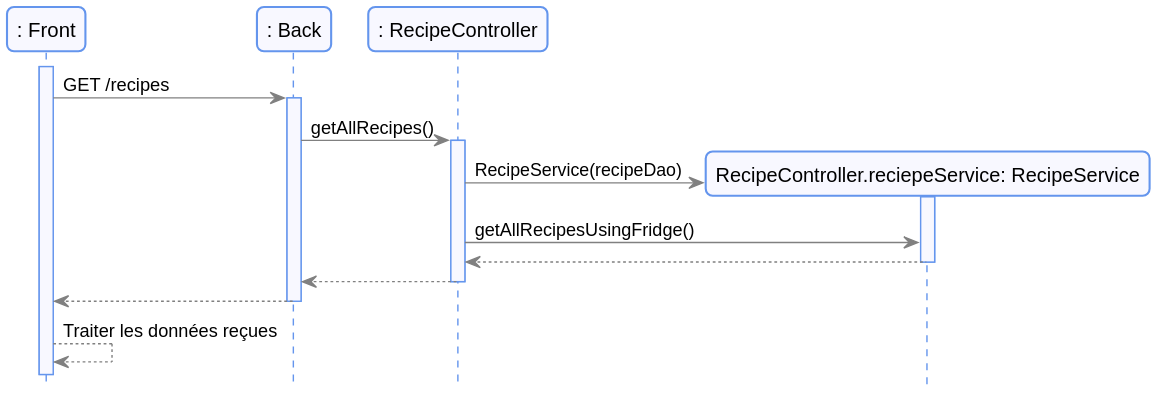
The PlantUML diagram docs/diagram/out/recipesFridge.svg in romainvacheret/wadge-backend, before a commit. Source of this version:
```plantuml
@startuml recipesFridge
    !include ../style/commons.style

    participant ": Front" as ft
    participant ": Back" as bk
    participant ": RecipeController" as rc

    activate ft
    ft -> bk : GET /recipes
    activate bk
    bk -> rc : getAllRecipes()
    activate rc
    create "RecipeController.reciepeService: RecipeService" as rs
    rc -> rs : RecipeService(recipeDao)
    activate rs
    rc -> rs : getAllRecipesUsingFridge()
    rs --> rc
    deactivate rs
    rc --> bk
    deactivate rc
    bk --> ft
    deactivate bk
    ft <-- ft: Traiter les données reçues

@enduml
```
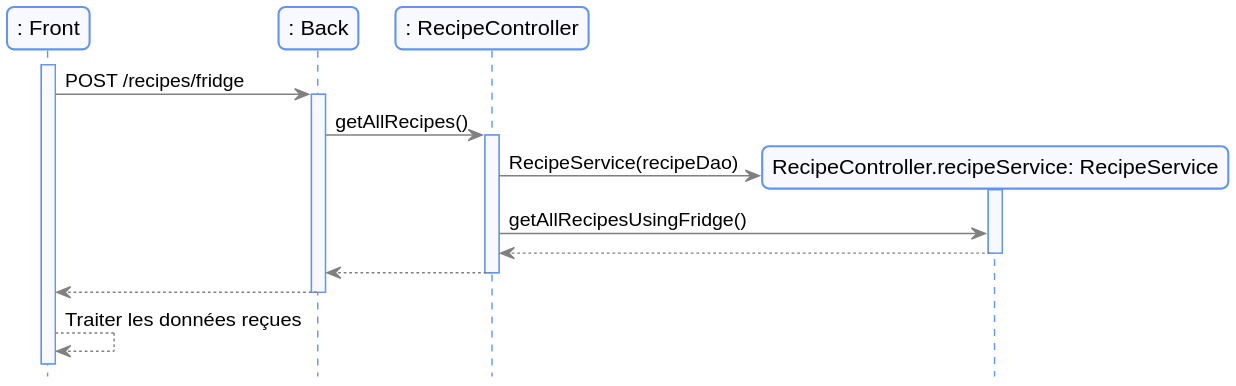
After the commit.

Change to the diagram source:
```diff
@@ -6,11 +6,11 @@
     participant ": RecipeController" as rc
 
     activate ft
-    ft -> bk : GET /recipes
+    ft -> bk : POST /recipes/fridge
     activate bk
     bk -> rc : getAllRecipes()
     activate rc
-    create "RecipeController.reciepeService: RecipeService" as rs
+    create "RecipeController.recipeService: RecipeService" as rs
     rc -> rs : RecipeService(recipeDao)
     activate rs
     rc -> rs : getAllRecipesUsingFridge()
```
